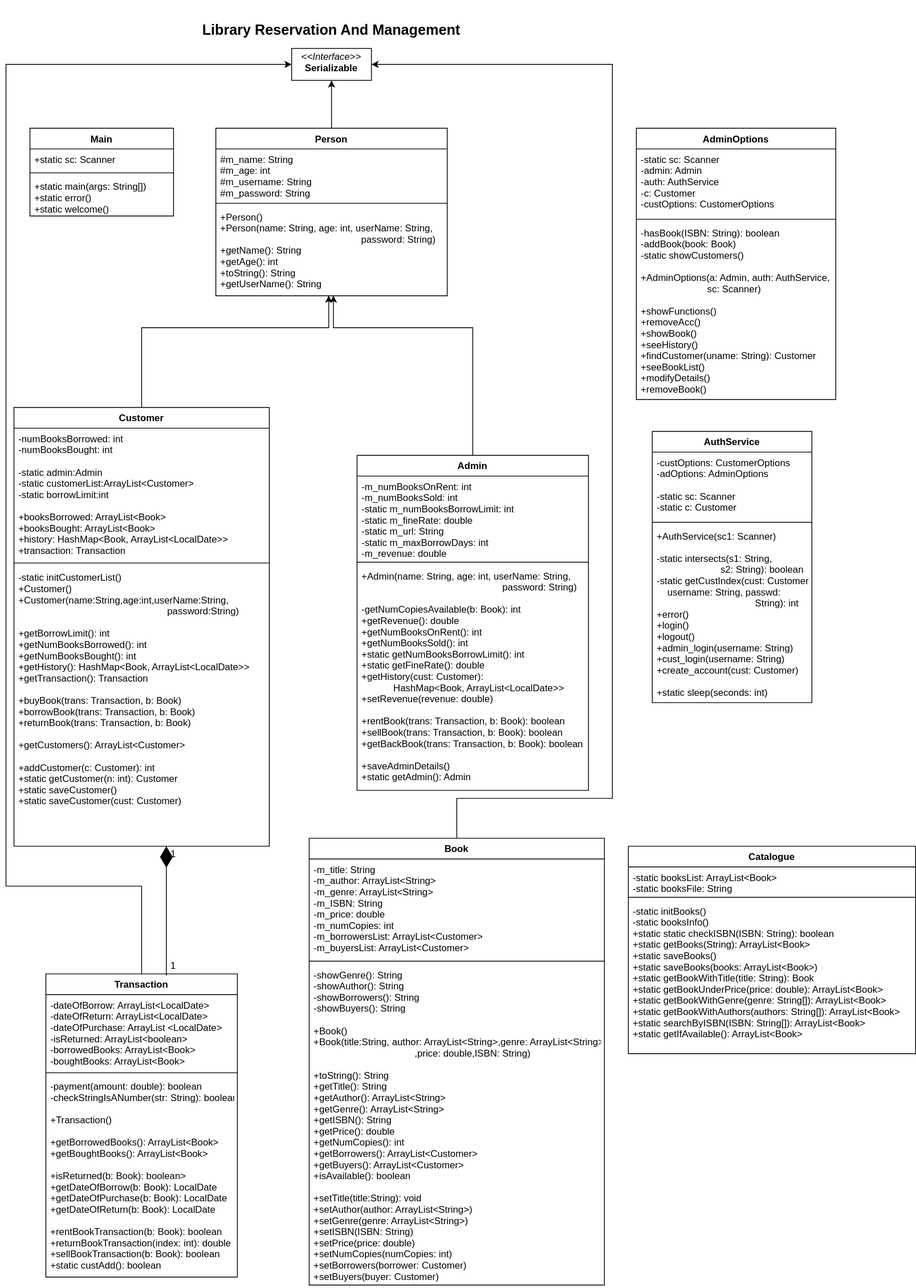
adarsh-kishore786/IT-Project keeps this draw.io diagram as Library/control-flows/Library.svg. Above is the earlier version. Source tidied: cells renumbered, new cells last; positions are measured from the earlier drawing's top-left corner, leaving out a move shared by most shapes.
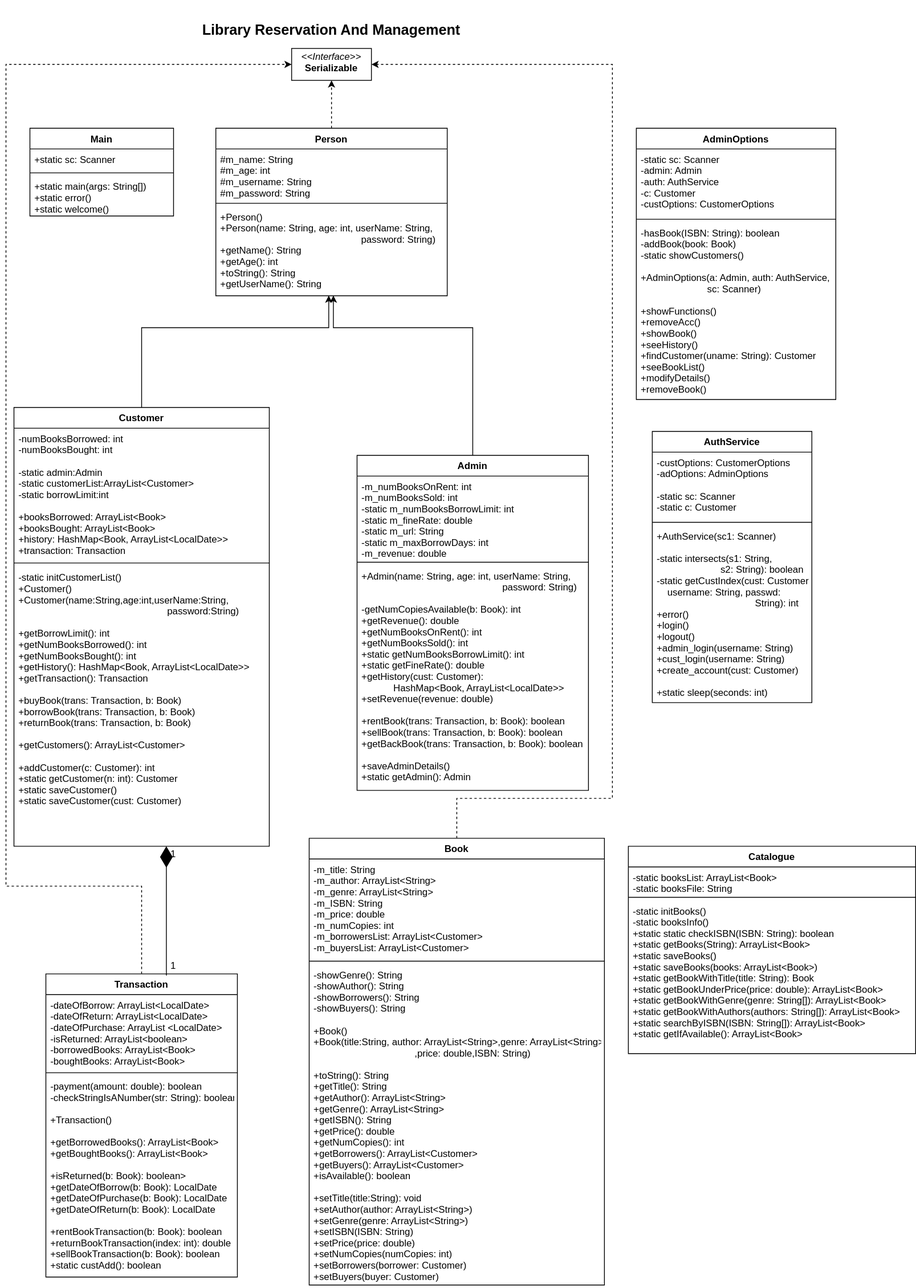
Later version of the same file.

What changed in the source:
```diff
@@ -2,7 +2,7 @@
   <root>
     <mxCell id="0" />
     <mxCell id="1" parent="0" />
-    <mxCell id="2" style="edgeStyle=orthogonalEdgeStyle;rounded=0;jettySize=auto;html=1;exitX=0.5;exitY=0;exitDx=0;exitDy=0;entryX=0.5;entryY=1;entryDx=0;entryDy=0;" parent="1" edge="1" source="3" target="28">
+    <mxCell id="2" style="edgeStyle=orthogonalEdgeStyle;rounded=0;jettySize=auto;html=1;exitX=0.5;exitY=0;exitDx=0;exitDy=0;entryX=0.5;entryY=1;entryDx=0;entryDy=0;dashed=1;" parent="1" edge="1" source="3" target="28">
       <mxGeometry relative="1" as="geometry" />
     </mxCell>
     <mxCell id="3" value="Person" style="swimlane;fontStyle=1;align=center;verticalAlign=top;horizontal=1;startSize=26;" parent="1" vertex="1">
@@ -57,7 +57,7 @@
     <mxCell id="16" value="+Admin(name: String, age: int, userName: String,&#10;                                                     password: String)&#10;&#10;-getNumCopiesAvailable(b: Book): int&#10;+getRevenue(): double&#10;+getNumBooksOnRent(): int&#10;+getNumBooksSold(): int&#10;+static getNumBooksBorrowLimit(): int&#10;+static getFineRate(): double&#10;+getHistory(cust: Customer): &#10;            HashMap&lt;Book, ArrayList&lt;LocalDate&gt;&gt;&#10;+setRevenue(revenue: double)&#10;&#10;+rentBook(trans: Transaction, b: Book): boolean&#10;+sellBook(trans: Transaction, b: Book): boolean&#10;+getBackBook(trans: Transaction, b: Book): boolean&#10;&#10;+saveAdminDetails()&#10;+static getAdmin(): Admin" style="text;strokeColor=none;fillColor=none;align=left;verticalAlign=top;spacingLeft=4;spacingRight=4;overflow=hidden;" parent="13" vertex="1">
       <mxGeometry y="138" width="290" height="282" as="geometry" />
     </mxCell>
-    <mxCell id="17" style="edgeStyle=orthogonalEdgeStyle;rounded=0;jettySize=auto;html=1;exitX=0.5;exitY=0;exitDx=0;exitDy=0;entryX=1;entryY=0.5;entryDx=0;entryDy=0;" parent="1" edge="1" source="18" target="28">
+    <mxCell id="17" style="edgeStyle=orthogonalEdgeStyle;rounded=0;jettySize=auto;html=1;exitX=0.5;exitY=0;exitDx=0;exitDy=0;entryX=1;entryY=0.5;entryDx=0;entryDy=0;dashed=1;" parent="1" edge="1" source="18" target="28">
       <mxGeometry relative="1" as="geometry">
         <Array as="points">
           <mxPoint x="565" y="1000" />
@@ -78,7 +78,7 @@
     <mxCell id="21" value="-showGenre(): String &#10;-showAuthor(): String &#10;-showBorrowers(): String &#10;-showBuyers(): String &#10;&#10;+Book()&#10;+Book(title:String, author: ArrayList&lt;String&gt;,genre: ArrayList&lt;String&gt;&#10;                                      ,price: double,ISBN: String)&#10;&#10;+toString(): String &#10;+getTitle(): String &#10;+getAuthor(): ArrayList&lt;String&gt; &#10;+getGenre(): ArrayList&lt;String&gt; &#10;+getISBN(): String &#10;+getPrice(): double &#10;+getNumCopies(): int &#10;+getBorrowers(): ArrayList&lt;Customer&gt; &#10;+getBuyers(): ArrayList&lt;Customer&gt; &#10;+isAvailable(): boolean &#10;&#10;+setTitle(title:String): void &#10;+setAuthor(author: ArrayList&lt;String&gt;) &#10;+setGenre(genre: ArrayList&lt;String&gt;) &#10;+setISBN(ISBN: String) &#10;+setPrice(price: double)  &#10;+setNumCopies(numCopies: int) &#10;+setBorrowers(borrower: Customer)&#10;+setBuyers(buyer: Customer)" style="text;strokeColor=none;fillColor=none;align=left;verticalAlign=top;spacingLeft=4;spacingRight=4;overflow=hidden;" parent="18" vertex="1">
       <mxGeometry y="158" width="370" height="402" as="geometry" />
     </mxCell>
-    <mxCell id="22" style="edgeStyle=orthogonalEdgeStyle;rounded=0;jettySize=auto;html=1;exitX=0.5;exitY=0;exitDx=0;exitDy=0;entryX=0;entryY=0.5;entryDx=0;entryDy=0;" parent="1" edge="1" source="23" target="28">
+    <mxCell id="22" style="edgeStyle=orthogonalEdgeStyle;rounded=0;jettySize=auto;html=1;exitX=0.5;exitY=0;exitDx=0;exitDy=0;entryX=0;entryY=0.5;entryDx=0;entryDy=0;dashed=1;" parent="1" edge="1" source="23" target="28">
       <mxGeometry relative="1" as="geometry">
         <Array as="points">
           <mxPoint x="170" y="1110" />
```
